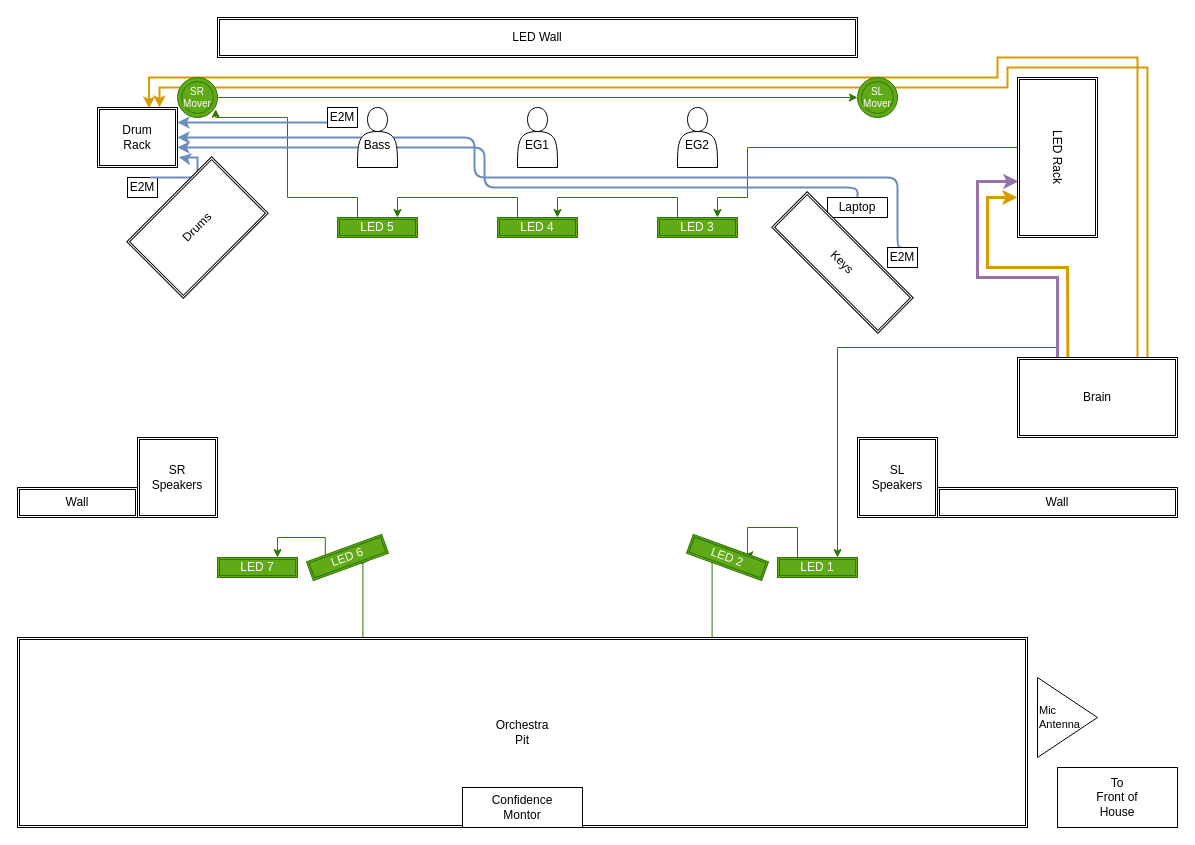
Before: Love Church Stage.drawio in LoveChurchProduction/diagrams, a draw.io diagram. Source tidied: cells renumbered, new cells numbered last; positions are measured from the earlier drawing's top-left corner, leaving out a move shared by most shapes. Both pictures are drawn from the tidied source at 100%, with x=0, y=0 at pixel (17, 17).
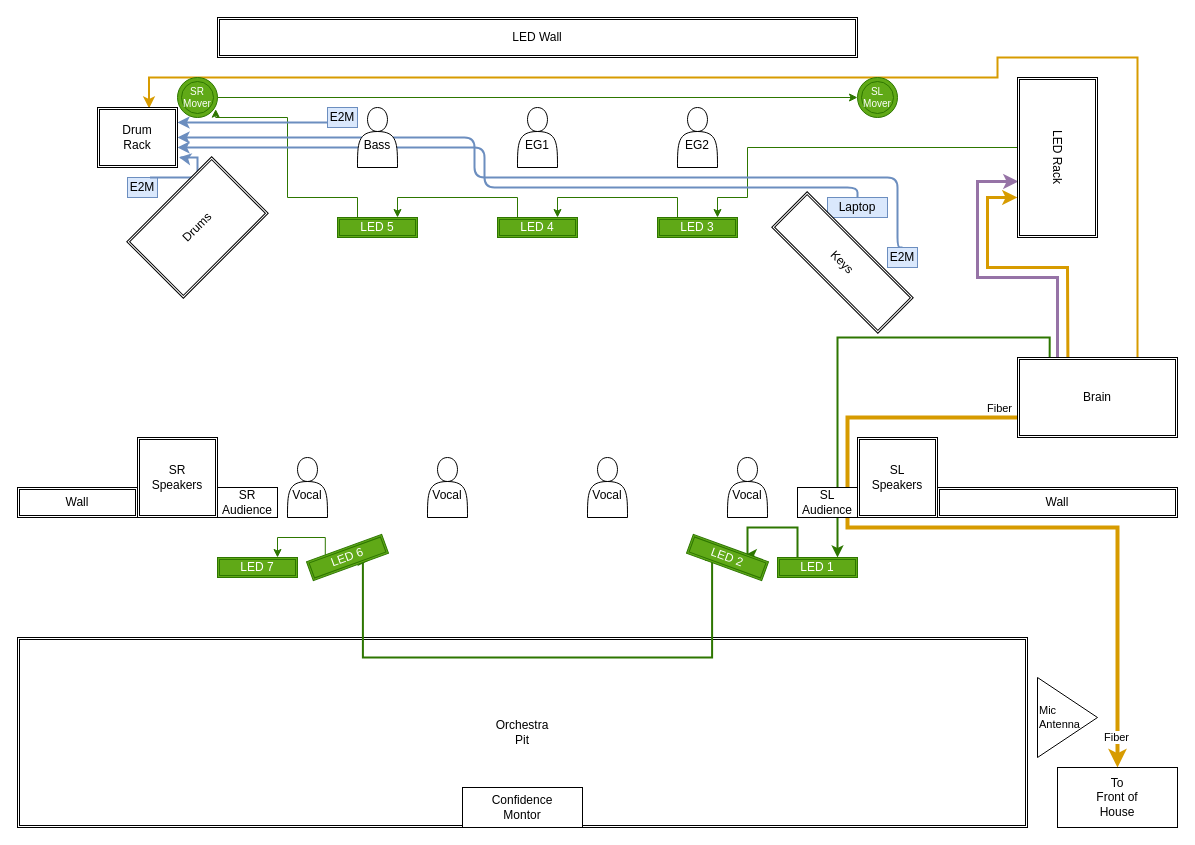
The same page after the edit.

Unchanged cells that the change refers to:
```xml
<mxCell id="28" value="&lt;div&gt;Drum&lt;/div&gt;&lt;div&gt;Rack&lt;/div&gt;" style="shape=ext;double=1;rounded=0;whiteSpace=wrap;html=1;" parent="25" vertex="1">
  <mxGeometry x="80" y="90" width="80" height="60" as="geometry" />
</mxCell>
<mxCell id="38" value="LED Rack" style="shape=ext;double=1;rounded=0;whiteSpace=wrap;html=1;rotation=90;" parent="25" vertex="1">
  <mxGeometry x="960" y="100" width="160" height="80" as="geometry" />
</mxCell>
<mxCell id="39" value="Brain" style="shape=ext;double=1;rounded=0;whiteSpace=wrap;html=1;rotation=0;" parent="25" vertex="1">
  <mxGeometry x="1000" y="340" width="160" height="80" as="geometry" />
</mxCell>
<mxCell id="41" value="To&lt;br&gt;Front of&lt;div&gt;House&lt;/div&gt;" style="rounded=0;whiteSpace=wrap;html=1;" parent="25" vertex="1">
  <mxGeometry x="1040" y="750" width="120" height="60" as="geometry" />
</mxCell>
<mxCell id="48" value="LED 1" style="shape=ext;double=1;rounded=0;whiteSpace=wrap;html=1;fillColor=#60a917;fontColor=#ffffff;strokeColor=#2D7600;" parent="25" vertex="1">
  <mxGeometry x="760" y="540" width="80" height="20" as="geometry" />
</mxCell>
<mxCell id="49" value="LED 2" style="shape=ext;double=1;rounded=0;whiteSpace=wrap;html=1;rotation=20;fillColor=#60a917;fontColor=#ffffff;strokeColor=#2D7600;" parent="25" vertex="1">
  <mxGeometry x="670" y="530" width="80" height="20" as="geometry" />
</mxCell>
<mxCell id="50" value="LED 6" style="shape=ext;double=1;rounded=0;whiteSpace=wrap;html=1;rotation=-20;fillColor=#60a917;fontColor=#ffffff;strokeColor=#2D7600;" parent="25" vertex="1">
  <mxGeometry x="290" y="530" width="80" height="20" as="geometry" />
</mxCell>
```

Change to the diagram source:
```diff
@@
+    <mxCell id="52" parent="0" />
+    <mxCell id="26" value="&lt;div&gt;Orchestra&lt;/div&gt;&lt;div&gt;Pit&lt;/div&gt;" style="shape=ext;double=1;rounded=0;whiteSpace=wrap;html=1;" parent="52" vertex="1">
+      <mxGeometry y="620" width="1010" height="190" as="geometry" />
+    </mxCell>
+    <mxCell id="37" value="Wall" style="shape=ext;double=1;rounded=0;whiteSpace=wrap;html=1;" parent="52" vertex="1">
+      <mxGeometry y="470" width="120" height="30" as="geometry" />
+    </mxCell>
+    <mxCell id="36" value="Wall" style="shape=ext;double=1;rounded=0;whiteSpace=wrap;html=1;" parent="52" vertex="1">
+      <mxGeometry x="920" y="470" width="240" height="30" as="geometry" />
+    </mxCell>
+    <mxCell id="11" parent="0" />
+    <mxCell id="13" style="edgeStyle=none;html=1;exitX=0.25;exitY=0;exitDx=0;exitDy=0;entryX=0.65;entryY=0.987;entryDx=0;entryDy=0;entryPerimeter=0;rounded=0;curved=0;jumpStyle=sharp;fillColor=#e1d5e7;strokeColor=#9673a6;strokeWidth=3;" parent="11" edge="1" source="39" target="38">
+      <mxGeometry relative="1" as="geometry">
+        <Array as="points">
+          <mxPoint x="1040" y="260" />
+          <mxPoint x="960" y="260" />
+          <mxPoint x="960" y="164" />
+        </Array>
+      </mxGeometry>
+    </mxCell>
+    <mxCell id="14" style="edgeStyle=none;html=1;exitX=0.315;exitY=0.017;exitDx=0;exitDy=0;entryX=0.75;entryY=1;entryDx=0;entryDy=0;rounded=0;curved=0;jumpStyle=sharp;fillColor=#ffe6cc;strokeColor=#d79b00;strokeWidth=3;exitPerimeter=0;" parent="11" edge="1" source="39" target="38">
+      <mxGeometry relative="1" as="geometry">
+        <Array as="points">
+          <mxPoint x="1050" y="250" />
+          <mxPoint x="970" y="250" />
+          <mxPoint x="970" y="180" />
+        </Array>
+      </mxGeometry>
+    </mxCell>
+    <mxCell id="15" style="edgeStyle=orthogonalEdgeStyle;html=1;exitX=0.75;exitY=0;exitDx=0;exitDy=0;entryX=0.644;entryY=0.015;entryDx=0;entryDy=0;entryPerimeter=0;fillColor=#ffe6cc;strokeColor=#d79b00;strokeWidth=2;rounded=0;curved=0;" parent="11" edge="1" source="39" target="28">
+      <mxGeometry relative="1" as="geometry">
+        <Array as="points">
+          <mxPoint x="1120" y="40" />
+          <mxPoint x="980" y="40" />
+          <mxPoint x="980" y="60" />
+          <mxPoint x="132" y="60" />
+        </Array>
+      </mxGeometry>
+    </mxCell>
+    <mxCell id="53" style="edgeStyle=orthogonalEdgeStyle;html=1;exitX=0;exitY=0.75;exitDx=0;exitDy=0;entryX=0.5;entryY=0;entryDx=0;entryDy=0;strokeWidth=4;fillColor=#ffe6cc;strokeColor=#d79b00;rounded=0;curved=0;" parent="11" edge="1" source="39" target="41">
+      <mxGeometry relative="1" as="geometry">
+        <Array as="points">
+          <mxPoint x="830" y="400" />
+          <mxPoint x="830" y="510" />
+          <mxPoint x="1100" y="510" />
+        </Array>
+      </mxGeometry>
+    </mxCell>
+    <mxCell id="54" value="Fiber" style="edgeLabel;html=1;align=center;verticalAlign=middle;" parent="53" vertex="1">
+      <mxGeometry x="0.58" y="-2" relative="1" as="geometry">
+        <mxPoint y="135" as="offset" />
+      </mxGeometry>
+    </mxCell>
+    <mxCell id="55" value="Fiber" style="edgeLabel;html=1;align=center;verticalAlign=middle;" parent="53" vertex="1">
+      <mxGeometry x="-0.88" relative="1" as="geometry">
+        <mxPoint x="28" y="-10" as="offset" />
+      </mxGeometry>
+    </mxCell>
+    <mxCell id="56" parent="0" />
@@
-    <mxCell id="7" style="edgeStyle=orthogonalEdgeStyle;rounded=0;jettySize=auto;html=1;exitX=0.25;exitY=0;exitDx=0;exitDy=0;entryX=0.75;entryY=0;entryDx=0;entryDy=0;fillColor=#60a917;strokeColor=#2D7600;" parent="1" edge="1" source="39" target="48">
+    <mxCell id="7" style="edgeStyle=orthogonalEdgeStyle;rounded=0;jettySize=auto;html=1;exitX=0.201;exitY=-0.003;exitDx=0;exitDy=0;entryX=0.75;entryY=0;entryDx=0;entryDy=0;fillColor=#60a917;strokeColor=#2D7600;strokeWidth=2;exitPerimeter=0;" parent="1" edge="1" source="39" target="48">
       <mxGeometry relative="1" as="geometry">
         <Array as="points">
-          <mxPoint x="1040" y="330" />
-          <mxPoint x="820" y="330" />
+          <mxPoint x="1032" y="320" />
+          <mxPoint x="820" y="320" />
         </Array>
       </mxGeometry>
     </mxCell>
-    <mxCell id="8" style="edgeStyle=orthogonalEdgeStyle;rounded=0;jettySize=auto;html=1;exitX=0.25;exitY=0;exitDx=0;exitDy=0;entryX=0.694;entryY=0.097;entryDx=0;entryDy=0;entryPerimeter=0;fillColor=#60a917;strokeColor=#2D7600;" parent="1" edge="1" source="48" target="49">
+    <mxCell id="8" style="edgeStyle=orthogonalEdgeStyle;rounded=0;jettySize=auto;html=1;exitX=0.25;exitY=0;exitDx=0;exitDy=0;entryX=0.694;entryY=0.097;entryDx=0;entryDy=0;entryPerimeter=0;fillColor=#60a917;strokeColor=#2D7600;strokeWidth=2;" parent="1" edge="1" source="48" target="49">
       <mxGeometry relative="1" as="geometry">
         <Array as="points">
           <mxPoint x="780" y="510" />
           <mxPoint x="730" y="510" />
           <mxPoint x="730" y="537.7" />
         </Array>
       </mxGeometry>
     </mxCell>
-    <mxCell id="9" style="edgeStyle=orthogonalEdgeStyle;rounded=0;jettySize=auto;html=1;exitX=0.25;exitY=1;exitDx=0;exitDy=0;entryX=0.75;entryY=1;entryDx=0;entryDy=0;fillColor=#60a917;strokeColor=#2D7600;" parent="1" edge="1" source="49" target="50">
+    <mxCell id="9" style="edgeStyle=orthogonalEdgeStyle;rounded=0;jettySize=auto;html=1;exitX=0.25;exitY=1;exitDx=0;exitDy=0;entryX=0.75;entryY=1;entryDx=0;entryDy=0;fillColor=#60a917;strokeColor=#2D7600;strokeWidth=2;" parent="1" edge="1" source="49" target="50">
       <mxGeometry relative="1" as="geometry">
         <Array as="points">
           <mxPoint x="694.6" y="542.6" />
           <mxPoint x="694.6" y="640" />
           <mxPoint x="345.4" y="640" />
           <mxPoint x="345.4" y="542.6" />
         </Array>
       </mxGeometry>
     </mxCell>
@@
-    <mxCell id="11" parent="0" />
-    <mxCell id="12" style="edgeStyle=orthogonalEdgeStyle;html=1;exitX=0.75;exitY=0;exitDx=0;exitDy=0;fillColor=#ffe6cc;strokeColor=#d79b00;strokeWidth=2;rounded=0;curved=0;" parent="11" edge="1">
-      <mxGeometry relative="1" as="geometry">
-        <mxPoint x="1130" y="350" as="sourcePoint" />
-        <mxPoint x="142" y="90" as="targetPoint" />
-        <Array as="points">
-          <mxPoint x="1130" y="50" />
-          <mxPoint x="990" y="50" />
-          <mxPoint x="990" y="70" />
-          <mxPoint x="142" y="70" />
-        </Array>
-      </mxGeometry>
-    </mxCell>
-    <mxCell id="13" style="edgeStyle=none;html=1;exitX=0.25;exitY=0;exitDx=0;exitDy=0;entryX=0.65;entryY=0.987;entryDx=0;entryDy=0;entryPerimeter=0;rounded=0;curved=0;jumpStyle=sharp;fillColor=#e1d5e7;strokeColor=#9673a6;strokeWidth=3;" parent="11" edge="1" source="39" target="38">
-      <mxGeometry relative="1" as="geometry">
-        <Array as="points">
-          <mxPoint x="1040" y="260" />
-          <mxPoint x="960" y="260" />
-          <mxPoint x="960" y="164" />
-        </Array>
-      </mxGeometry>
-    </mxCell>
-    <mxCell id="14" style="edgeStyle=none;html=1;exitX=0.315;exitY=0.017;exitDx=0;exitDy=0;entryX=0.75;entryY=1;entryDx=0;entryDy=0;rounded=0;curved=0;jumpStyle=sharp;fillColor=#ffe6cc;strokeColor=#d79b00;strokeWidth=3;exitPerimeter=0;" parent="11" edge="1" source="39" target="38">
-      <mxGeometry relative="1" as="geometry">
-        <Array as="points">
-          <mxPoint x="1050" y="250" />
-          <mxPoint x="970" y="250" />
-          <mxPoint x="970" y="180" />
-        </Array>
-      </mxGeometry>
-    </mxCell>
-    <mxCell id="15" style="edgeStyle=orthogonalEdgeStyle;html=1;exitX=0.75;exitY=0;exitDx=0;exitDy=0;entryX=0.644;entryY=0.015;entryDx=0;entryDy=0;entryPerimeter=0;fillColor=#ffe6cc;strokeColor=#d79b00;strokeWidth=2;rounded=0;curved=0;" parent="11" edge="1" source="39" target="28">
-      <mxGeometry relative="1" as="geometry">
-        <Array as="points">
-          <mxPoint x="1120" y="40" />
-          <mxPoint x="980" y="40" />
-          <mxPoint x="980" y="60" />
-          <mxPoint x="132" y="60" />
-        </Array>
-      </mxGeometry>
-    </mxCell>
@@
-    <mxCell id="19" value="Laptop" style="rounded=0;whiteSpace=wrap;html=1;" parent="16" vertex="1">
+    <mxCell id="19" value="Laptop" style="rounded=0;whiteSpace=wrap;html=1;fillColor=#dae8fc;strokeColor=#6c8ebf;" parent="16" vertex="1">
       <mxGeometry x="810" y="180" width="60" height="20" as="geometry" />
     </mxCell>
@@
-    <mxCell id="21" value="E2M" style="rounded=0;whiteSpace=wrap;html=1;" parent="16" vertex="1">
+    <mxCell id="21" value="E2M" style="rounded=0;whiteSpace=wrap;html=1;fillColor=#dae8fc;strokeColor=#6c8ebf;" parent="16" vertex="1">
       <mxGeometry x="310" y="90" width="30" height="20" as="geometry" />
     </mxCell>
-    <mxCell id="22" value="E2M" style="rounded=0;whiteSpace=wrap;html=1;" parent="16" vertex="1">
+    <mxCell id="22" value="E2M" style="rounded=0;whiteSpace=wrap;html=1;fillColor=#dae8fc;strokeColor=#6c8ebf;" parent="16" vertex="1">
       <mxGeometry x="870" y="230" width="30" height="20" as="geometry" />
     </mxCell>
-    <mxCell id="23" value="E2M" style="rounded=0;whiteSpace=wrap;html=1;" parent="16" vertex="1">
+    <mxCell id="23" value="E2M" style="rounded=0;whiteSpace=wrap;html=1;fillColor=#dae8fc;strokeColor=#6c8ebf;" parent="16" vertex="1">
       <mxGeometry x="110" y="160" width="30" height="20" as="geometry" />
     </mxCell>
@@
-    <mxCell id="26" value="&lt;div&gt;Orchestra&lt;/div&gt;&lt;div&gt;Pit&lt;/div&gt;" style="shape=ext;double=1;rounded=0;whiteSpace=wrap;html=1;" parent="25" vertex="1">
-      <mxGeometry y="620" width="1010" height="190" as="geometry" />
-    </mxCell>
@@
-    <mxCell id="30" value="&lt;div&gt;&lt;br&gt;&lt;/div&gt;&lt;div&gt;EG2&lt;/div&gt;" style="shape=actor;whiteSpace=wrap;html=1;" parent="25" vertex="1">
-      <mxGeometry x="660" y="90" width="40" height="60" as="geometry" />
-    </mxCell>
-    <mxCell id="31" value="&lt;div&gt;&lt;br&gt;&lt;/div&gt;&lt;div&gt;EG1&lt;/div&gt;" style="shape=actor;whiteSpace=wrap;html=1;" parent="25" vertex="1">
-      <mxGeometry x="500" y="90" width="40" height="60" as="geometry" />
-    </mxCell>
-    <mxCell id="32" value="&lt;div&gt;&lt;br&gt;&lt;/div&gt;&lt;div&gt;Bass&lt;/div&gt;" style="shape=actor;whiteSpace=wrap;html=1;" parent="25" vertex="1">
-      <mxGeometry x="340" y="90" width="40" height="60" as="geometry" />
-    </mxCell>
@@
-    <mxCell id="36" value="Wall" style="shape=ext;double=1;rounded=0;whiteSpace=wrap;html=1;" parent="25" vertex="1">
-      <mxGeometry x="920" y="470" width="240" height="30" as="geometry" />
-    </mxCell>
-    <mxCell id="37" value="Wall" style="shape=ext;double=1;rounded=0;whiteSpace=wrap;html=1;" parent="25" vertex="1">
-      <mxGeometry y="470" width="120" height="30" as="geometry" />
-    </mxCell>
@@
-    <mxCell id="43" value="&lt;div&gt;SR&lt;/div&gt;&lt;div&gt;Mover&lt;/div&gt;" style="ellipse;shape=doubleEllipse;whiteSpace=wrap;html=1;fontSize=10;fillColor=#60a917;fontColor=#ffffff;strokeColor=#2D7600;" parent="25" vertex="1">
-      <mxGeometry x="160" y="60" width="40" height="40" as="geometry" />
-    </mxCell>
@@
+    <mxCell id="43" value="&lt;div&gt;SR&lt;/div&gt;&lt;div&gt;Mover&lt;/div&gt;" style="ellipse;shape=doubleEllipse;whiteSpace=wrap;html=1;fontSize=10;fillColor=#60a917;fontColor=#ffffff;strokeColor=#2D7600;" parent="25" vertex="1">
+      <mxGeometry x="160" y="60" width="40" height="40" as="geometry" />
+    </mxCell>
+    <mxCell id="57" value="SR&lt;div&gt;Audience&lt;/div&gt;" style="rounded=0;whiteSpace=wrap;html=1;" parent="25" vertex="1">
+      <mxGeometry x="200" y="470" width="60" height="30" as="geometry" />
+    </mxCell>
+    <mxCell id="58" value="SL&lt;div&gt;Audience&lt;/div&gt;" style="rounded=0;whiteSpace=wrap;html=1;" parent="25" vertex="1">
+      <mxGeometry x="780" y="470" width="60" height="30" as="geometry" />
+    </mxCell>
+    <mxCell id="59" parent="0" />
+    <mxCell id="32" value="&lt;div&gt;&lt;br&gt;&lt;/div&gt;&lt;div&gt;Bass&lt;/div&gt;" style="shape=actor;whiteSpace=wrap;html=1;" parent="59" vertex="1">
+      <mxGeometry x="340" y="90" width="40" height="60" as="geometry" />
+    </mxCell>
+    <mxCell id="31" value="&lt;div&gt;&lt;br&gt;&lt;/div&gt;&lt;div&gt;EG1&lt;/div&gt;" style="shape=actor;whiteSpace=wrap;html=1;" parent="59" vertex="1">
+      <mxGeometry x="500" y="90" width="40" height="60" as="geometry" />
+    </mxCell>
+    <mxCell id="30" value="&lt;div&gt;&lt;br&gt;&lt;/div&gt;&lt;div&gt;EG2&lt;/div&gt;" style="shape=actor;whiteSpace=wrap;html=1;" parent="59" vertex="1">
+      <mxGeometry x="660" y="90" width="40" height="60" as="geometry" />
+    </mxCell>
+    <mxCell id="60" value="&lt;br&gt;&lt;div&gt;Vocal&lt;/div&gt;" style="shape=actor;whiteSpace=wrap;html=1;" parent="59" vertex="1">
+      <mxGeometry x="710" y="440" width="40" height="60" as="geometry" />
+    </mxCell>
+    <mxCell id="61" value="&lt;br&gt;&lt;div&gt;Vocal&lt;/div&gt;" style="shape=actor;whiteSpace=wrap;html=1;" parent="59" vertex="1">
+      <mxGeometry x="570" y="440" width="40" height="60" as="geometry" />
+    </mxCell>
+    <mxCell id="62" value="&lt;br&gt;&lt;div&gt;Vocal&lt;/div&gt;" style="shape=actor;whiteSpace=wrap;html=1;" parent="59" vertex="1">
+      <mxGeometry x="410" y="440" width="40" height="60" as="geometry" />
+    </mxCell>
+    <mxCell id="63" value="&lt;div&gt;&lt;br&gt;&lt;/div&gt;&lt;div&gt;Vocal&lt;/div&gt;" style="shape=actor;whiteSpace=wrap;html=1;" parent="59" vertex="1">
+      <mxGeometry x="270" y="440" width="40" height="60" as="geometry" />
+    </mxCell>
```
